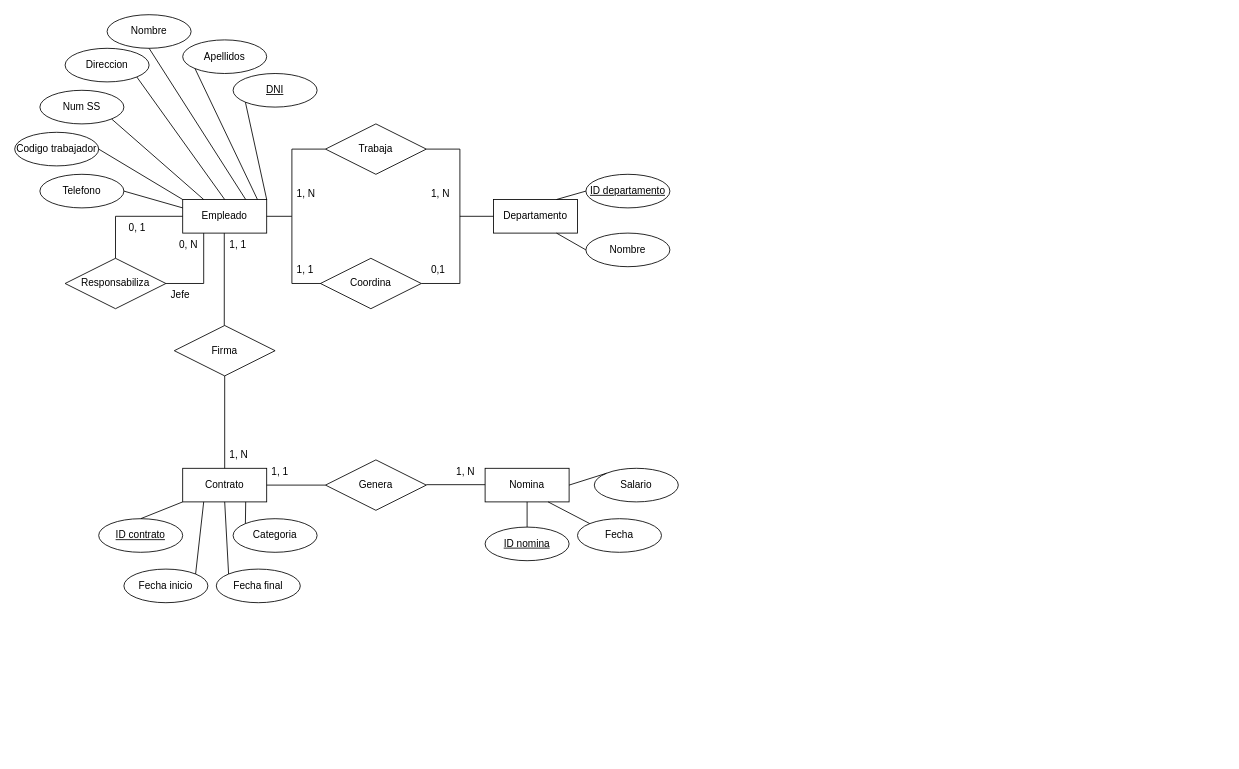
Above: Diagramas/Actividad_07_C3_ED12.drawio in jordimall/jmg-tsys-ta12diagramasER-drawio-111023 (draw.io), before the change. Source tidied: cells renumbered, new cells numbered last; positions are measured from the earlier drawing's top-left corner, leaving out a move shared by most shapes. Both pictures are drawn from the tidied source at 84%, with x=0, y=0 at pixel (14, 14).
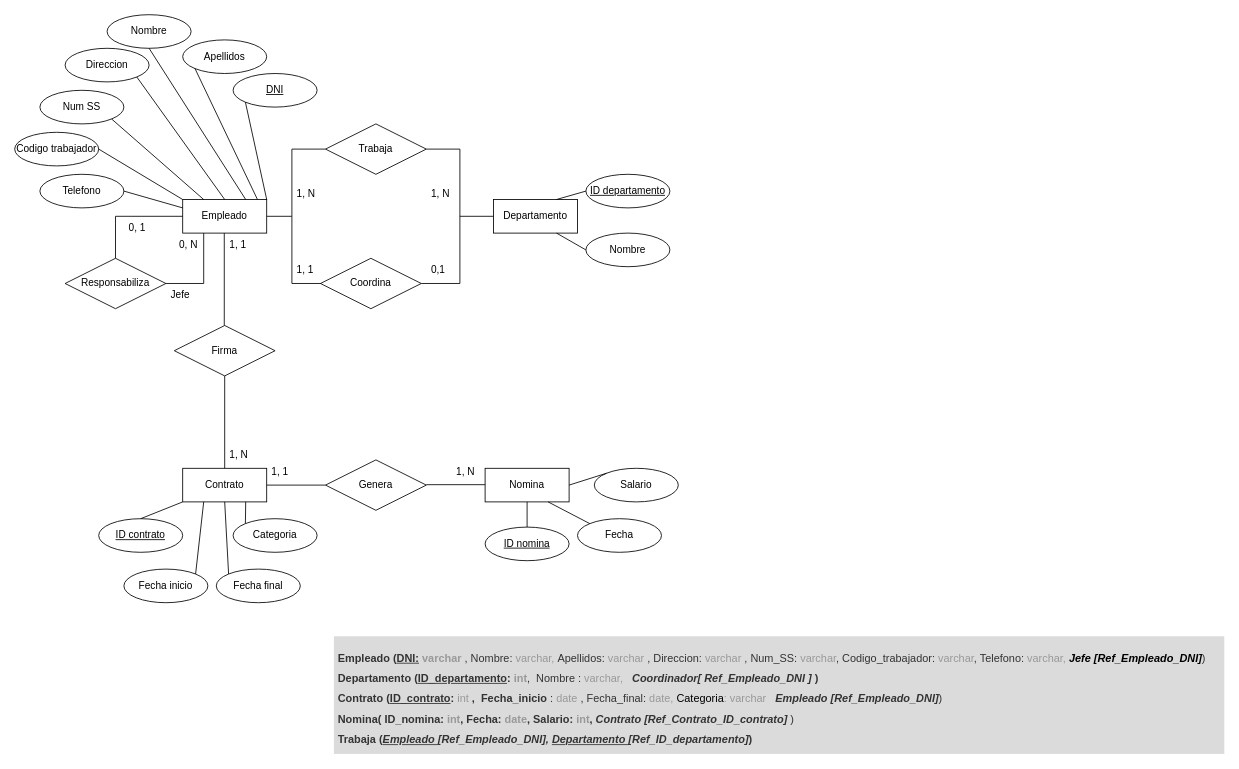
Above is the later version.

Commit message:
Modelo relacional Actividad_07_C3_ED12.drawio

What changed in the source:
```diff
@@
+    <mxCell id="66" value="&lt;h1 style=&quot;font-size: 13px;&quot;&gt;&lt;span style=&quot;background-color: initial;&quot;&gt;Empleado (&lt;u&gt;DNI:&lt;/u&gt;&lt;font color=&quot;#999999&quot;&gt;&amp;nbsp;varchar&lt;/font&gt;&lt;/span&gt;&lt;span style=&quot;background-color: initial;&quot;&gt;&lt;span style=&quot;font-weight: normal;&quot;&gt;&amp;nbsp;, Nombre: &lt;font color=&quot;#999999&quot;&gt;varchar&lt;/font&gt;&lt;/span&gt;&lt;font style=&quot;font-weight: normal;&quot; color=&quot;#999999&quot;&gt;,&amp;nbsp;&lt;/font&gt;&lt;span style=&quot;font-weight: normal;&quot;&gt;Apellidos:&lt;/span&gt;&lt;font style=&quot;font-weight: normal;&quot; color=&quot;#999999&quot;&gt;&amp;nbsp;varchar&amp;nbsp;&lt;/font&gt;&lt;span style=&quot;font-weight: normal;&quot;&gt;, Direccion: &lt;font color=&quot;#999999&quot;&gt;varchar&lt;/font&gt;&lt;/span&gt;&lt;span style=&quot;font-weight: normal;&quot;&gt;&amp;nbsp;, Num_SS: &lt;/span&gt;&lt;font style=&quot;font-weight: normal;&quot; color=&quot;#999999&quot;&gt;varchar&lt;/font&gt;&lt;span style=&quot;font-weight: normal;&quot;&gt;, Codigo_trabajador: &lt;/span&gt;&lt;font style=&quot;font-weight: normal;&quot; color=&quot;#999999&quot;&gt;varchar&lt;/font&gt;&lt;span style=&quot;font-weight: normal;&quot;&gt;, Telefono: &lt;/span&gt;&lt;font style=&quot;font-weight: normal;&quot; color=&quot;#999999&quot;&gt;varchar, &lt;/font&gt;&lt;i style=&quot;&quot;&gt;&lt;font style=&quot;&quot; color=&quot;#000000&quot;&gt;Jefe [Ref_Empleado_DNI]&lt;/font&gt;&lt;/i&gt;&lt;span style=&quot;font-weight: normal;&quot;&gt;)&lt;/span&gt;&lt;/span&gt;&lt;/h1&gt;&lt;div&gt;&lt;h1 style=&quot;border-color: var(--border-color); font-size: 13px;&quot;&gt;&lt;font style=&quot;border-color: var(--border-color);&quot;&gt;Departamento (&lt;u&gt;ID_departamento&lt;/u&gt;: &lt;font color=&quot;#999999&quot;&gt;int&lt;/font&gt;&lt;/font&gt;&lt;font style=&quot;border-color: var(--border-color);&quot;&gt;&lt;span style=&quot;font-weight: normal;&quot;&gt;,&amp;nbsp; Nombre : &lt;font color=&quot;#999999&quot;&gt;varchar&lt;/font&gt;&lt;/span&gt;&lt;font style=&quot;font-weight: normal;&quot; color=&quot;#999999&quot;&gt;,&amp;nbsp;&amp;nbsp;&lt;/font&gt;&amp;nbsp;&lt;/font&gt;&lt;i style=&quot;&quot;&gt;Coordinador[ Ref_Empleado_DNI ] &lt;/i&gt;)&lt;/h1&gt;&lt;/div&gt;&lt;h1 style=&quot;font-size: 13px;&quot;&gt;&lt;font style=&quot;font-size: 13px;&quot;&gt;Contrato (&lt;u&gt;ID_contrato&lt;/u&gt;&lt;/font&gt;&lt;font style=&quot;font-size: 13px;&quot;&gt;:&lt;span style=&quot;font-weight: normal;&quot;&gt; &lt;font color=&quot;#999999&quot;&gt;int&lt;/font&gt;&lt;/span&gt;&lt;/font&gt;&lt;font style=&quot;font-size: 13px;&quot;&gt; , &amp;nbsp;Fecha_inicio&lt;/font&gt;&lt;font style=&quot;font-size: 13px;&quot;&gt;&lt;span style=&quot;font-weight: normal;&quot;&gt;&amp;nbsp;: &lt;font color=&quot;#999999&quot;&gt;date&lt;/font&gt;&lt;/span&gt;&lt;font style=&quot;font-weight: normal;&quot; color=&quot;#999999&quot;&gt;&amp;nbsp;&lt;/font&gt;&lt;span style=&quot;font-weight: normal;&quot;&gt;, Fecha_final:&lt;/span&gt;&lt;font style=&quot;font-weight: normal;&quot; color=&quot;#999999&quot;&gt;&amp;nbsp;date, &lt;/font&gt;&lt;font color=&quot;#000000&quot; style=&quot;font-weight: normal;&quot;&gt;Categoria&lt;/font&gt;&lt;font style=&quot;font-weight: normal;&quot; color=&quot;#999999&quot;&gt;: varchar&amp;nbsp;&amp;nbsp;&lt;/font&gt;&amp;nbsp;&lt;i&gt;Empleado [Ref_Empleado_DNI]&lt;/i&gt;&lt;/font&gt;&lt;font style=&quot;font-weight: normal; font-size: 13px;&quot;&gt;)&lt;/font&gt;&lt;/h1&gt;&lt;h1 style=&quot;font-size: 13px;&quot;&gt;&lt;font style=&quot;font-size: 13px;&quot;&gt;Nomina( ID_nomina: &lt;font color=&quot;#999999&quot;&gt;int&lt;/font&gt;, Fecha: &lt;font color=&quot;#999999&quot;&gt;date&lt;/font&gt;, Salario: &lt;font color=&quot;#999999&quot;&gt;int&lt;/font&gt;, &lt;i&gt;Contrato [Ref_Contrato_ID_contrato]&lt;/i&gt;&lt;/font&gt;&lt;font style=&quot;background-color: initial; font-weight: normal; border-color: var(--border-color);&quot;&gt;&lt;i&gt;&amp;nbsp;&lt;/i&gt;&lt;/font&gt;&lt;span style=&quot;background-color: initial; font-weight: normal;&quot;&gt;)&amp;nbsp;&lt;/span&gt;&lt;/h1&gt;&lt;div&gt;&lt;font style=&quot;font-size: 13px;&quot;&gt;&lt;b style=&quot;&quot;&gt;Trabaja (&lt;i style=&quot;&quot;&gt;&lt;u&gt;Empleado &lt;/u&gt;[Ref_Empleado_DNI], &lt;u&gt;Departamento &lt;/u&gt;[Ref_ID_departamento]&lt;/i&gt;)&lt;/b&gt;&lt;/font&gt;&lt;/div&gt;" style="text;html=1;strokeColor=none;fillColor=#dbdbdb;spacing=5;spacingTop=0;whiteSpace=wrap;overflow=hidden;rounded=0;fontColor=#333333;" parent="1" vertex="1">
+      <mxGeometry x="380" y="740" width="1060" height="140" as="geometry" />
+    </mxCell>
```
